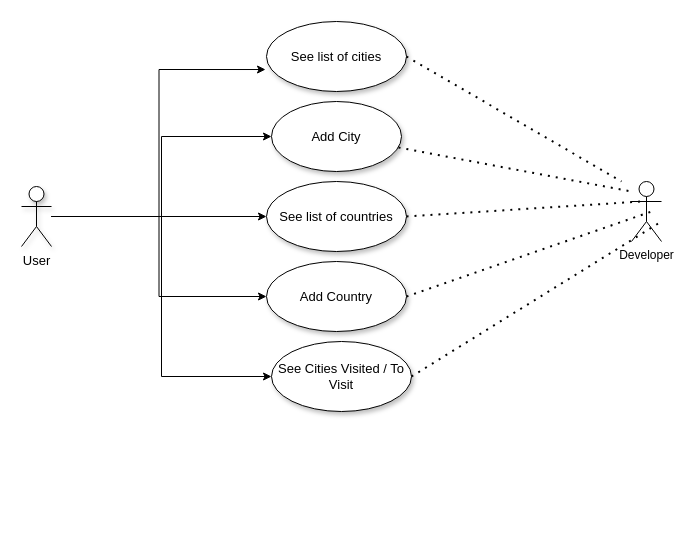
Before: page "use case diagram" (5 of 6) of PDA/pda_python_project.drawio in mwmarszalek/CodeClan, a draw.io diagram. Source tidied: cells renumbered, new cells numbered last; positions are measured from the earlier drawing's top-left corner, leaving out a move shared by most shapes. Both pictures are drawn from the tidied source at 100%, with x=0, y=0 at pixel (21, 21).
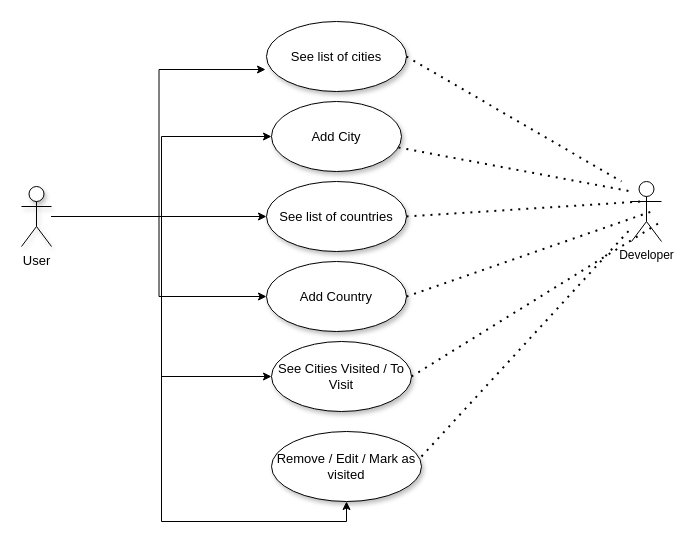
Above is the later version.

The change refers to these unchanged cells:
```xml
<mxCell id="7" value="User" style="shape=umlActor;verticalLabelPosition=bottom;verticalAlign=top;html=1;outlineConnect=0;rounded=1;shadow=1;fontSize=13;" parent="1" vertex="1">
  <mxGeometry y="165" width="30" height="60" as="geometry" />
</mxCell>
<mxCell id="14" value="Developer&lt;br&gt;" style="shape=umlActor;verticalLabelPosition=bottom;verticalAlign=top;html=1;" parent="1" vertex="1">
  <mxGeometry x="610" y="160" width="30" height="60" as="geometry" />
</mxCell>
```

Change to the diagram source:
```diff
@@
+    <mxCell id="19" style="edgeStyle=orthogonalEdgeStyle;rounded=0;jettySize=auto;html=1;entryX=0.5;entryY=1;entryDx=0;entryDy=0;fontSize=10;" parent="1" edge="1" source="7" target="20">
+      <mxGeometry relative="1" as="geometry" />
+    </mxCell>
@@
+    <mxCell id="20" value="Remove / Edit / Mark as visited" style="ellipse;whiteSpace=wrap;html=1;rounded=1;shadow=1;fontSize=13;" parent="1" vertex="1">
+      <mxGeometry x="250" y="410" width="150" height="70" as="geometry" />
+    </mxCell>
+    <mxCell id="21" style="endArrow=none;dashed=1;html=1;dashPattern=1 3;strokeWidth=2;rounded=0;fontSize=13;exitX=1;exitY=0.5;exitDx=0;exitDy=0;" parent="1" edge="1" target="14">
+      <mxGeometry relative="1" as="geometry">
+        <mxPoint x="400" y="435" as="sourcePoint" />
+      </mxGeometry>
+    </mxCell>
```
